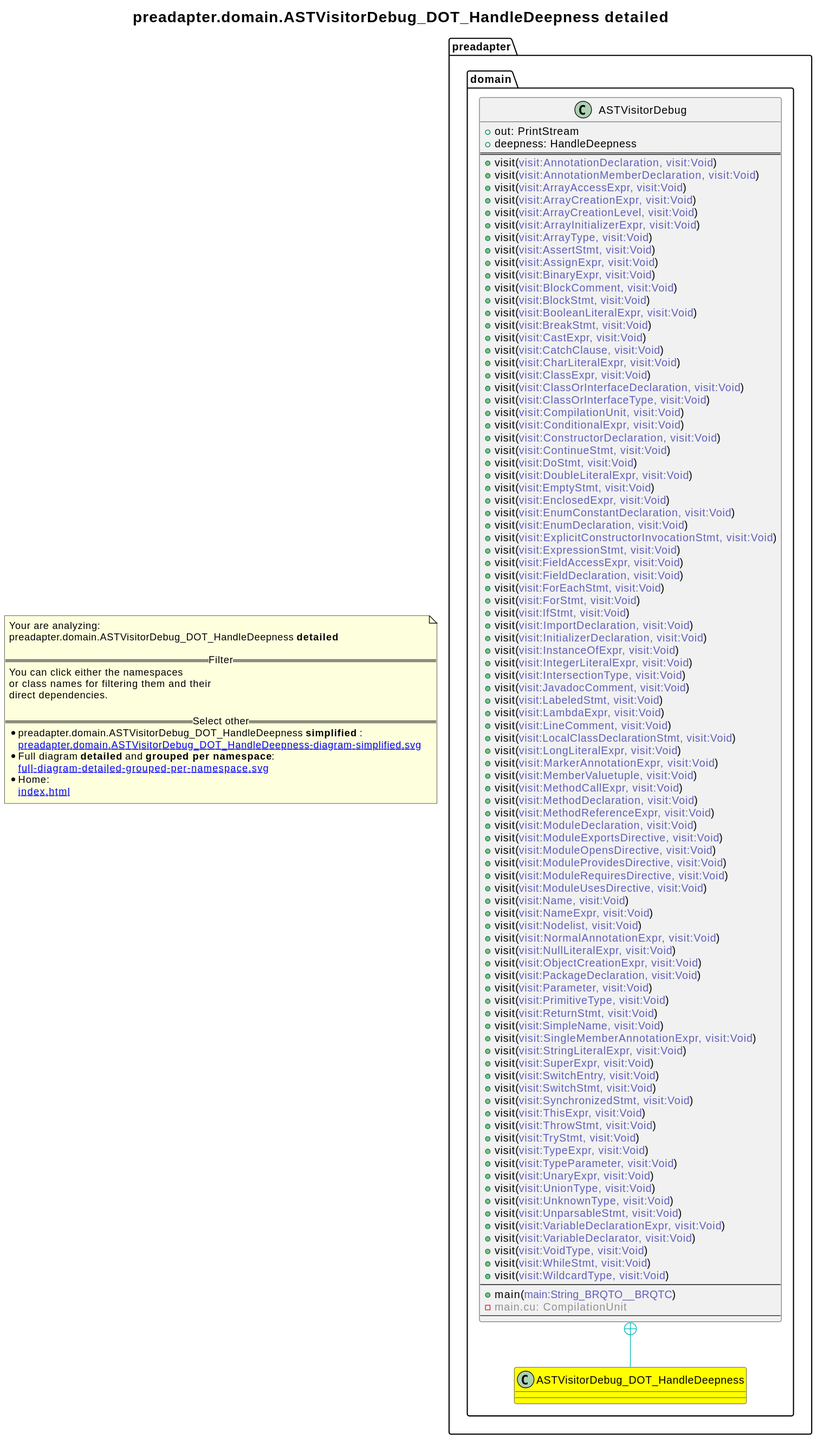
Before: revenger-java-adapter.out/preadapter.domain.ASTVisitorDebug_DOT_HandleDeepness-diagram-detailed.svg, a diagram exported from PlantUML (2BlackCoffees/revenger).
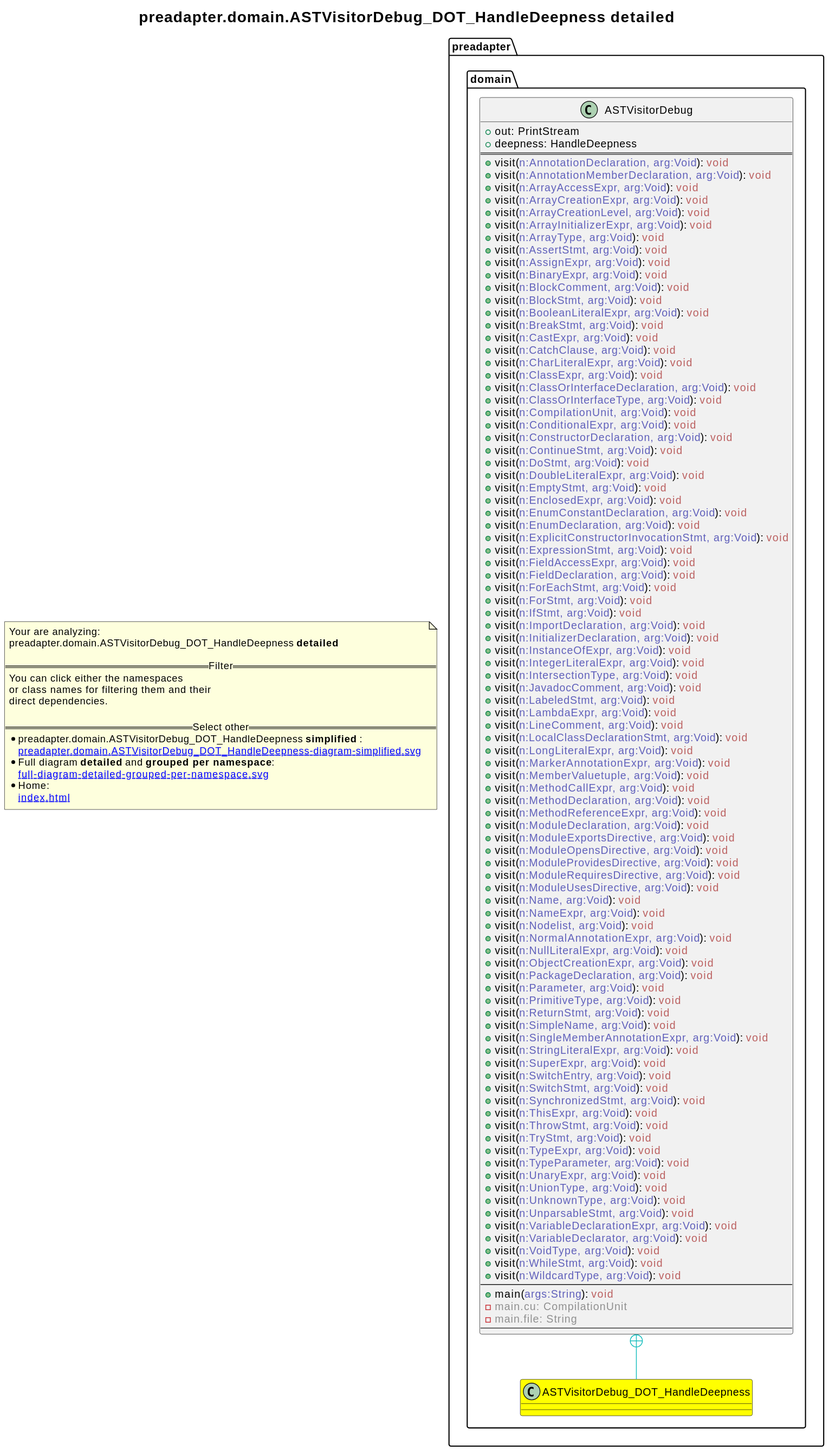
The same file after the commit.

The edit, as a diff of the source:
```diff
@@ -1,4 +1,5 @@
 @startuml
+skinparam linetype ortho
 title <size:20>preadapter.domain.ASTVisitorDebug_DOT_HandleDeepness **detailed** </size>
 note "Your are analyzing:\npreadapter.domain.ASTVisitorDebug_DOT_HandleDeepness **detailed** \n\n==Filter==\nYou can click either the namespaces \nor class names for filtering them and their\ndirect dependencies.\n\n==Select other==\n* preadapter.domain.ASTVisitorDebug_DOT_HandleDeepness **simplified** :\n   [[preadapter.domain.ASTVisitorDebug_DOT_HandleDeepness-diagram-simplified.svg]]\n* Full diagram **detailed** and **grouped per namespace**:\n   [[full-diagram-detailed-grouped-per-namespace.svg]]\n* Home:\n   [[index.html]]" as FloatingNote
   class preadapter.domain.ASTVisitorDebug_DOT_HandleDeepness [[preadapter.domain.ASTVisitorDebug_DOT_HandleDeepness-diagram-detailed.svg]] #yellow {
@@ -7,99 +8,100 @@
     + out: PrintStream
     + deepness: HandleDeepness
 ==
-    + visit(<font color="6060BB">visit:AnnotationDeclaration, visit:Void</font>)
-    + visit(<font color="6060BB">visit:AnnotationMemberDeclaration, visit:Void</font>)
-    + visit(<font color="6060BB">visit:ArrayAccessExpr, visit:Void</font>)
-    + visit(<font color="6060BB">visit:ArrayCreationExpr, visit:Void</font>)
-    + visit(<font color="6060BB">visit:ArrayCreationLevel, visit:Void</font>)
-    + visit(<font color="6060BB">visit:ArrayInitializerExpr, visit:Void</font>)
-    + visit(<font color="6060BB">visit:ArrayType, visit:Void</font>)
-    + visit(<font color="6060BB">visit:AssertStmt, visit:Void</font>)
-    + visit(<font color="6060BB">visit:AssignExpr, visit:Void</font>)
-    + visit(<font color="6060BB">visit:BinaryExpr, visit:Void</font>)
-    + visit(<font color="6060BB">visit:BlockComment, visit:Void</font>)
-    + visit(<font color="6060BB">visit:BlockStmt, visit:Void</font>)
-    + visit(<font color="6060BB">visit:BooleanLiteralExpr, visit:Void</font>)
-    + visit(<font color="6060BB">visit:BreakStmt, visit:Void</font>)
-    + visit(<font color="6060BB">visit:CastExpr, visit:Void</font>)
-    + visit(<font color="6060BB">visit:CatchClause, visit:Void</font>)
-    + visit(<font color="6060BB">visit:CharLiteralExpr, visit:Void</font>)
-    + visit(<font color="6060BB">visit:ClassExpr, visit:Void</font>)
-    + visit(<font color="6060BB">visit:ClassOrInterfaceDeclaration, visit:Void</font>)
-    + visit(<font color="6060BB">visit:ClassOrInterfaceType, visit:Void</font>)
-    + visit(<font color="6060BB">visit:CompilationUnit, visit:Void</font>)
-    + visit(<font color="6060BB">visit:ConditionalExpr, visit:Void</font>)
-    + visit(<font color="6060BB">visit:ConstructorDeclaration, visit:Void</font>)
-    + visit(<font color="6060BB">visit:ContinueStmt, visit:Void</font>)
-    + visit(<font color="6060BB">visit:DoStmt, visit:Void</font>)
-    + visit(<font color="6060BB">visit:DoubleLiteralExpr, visit:Void</font>)
-    + visit(<font color="6060BB">visit:EmptyStmt, visit:Void</font>)
-    + visit(<font color="6060BB">visit:EnclosedExpr, visit:Void</font>)
-    + visit(<font color="6060BB">visit:EnumConstantDeclaration, visit:Void</font>)
-    + visit(<font color="6060BB">visit:EnumDeclaration, visit:Void</font>)
-    + visit(<font color="6060BB">visit:ExplicitConstructorInvocationStmt, visit:Void</font>)
-    + visit(<font color="6060BB">visit:ExpressionStmt, visit:Void</font>)
-    + visit(<font color="6060BB">visit:FieldAccessExpr, visit:Void</font>)
-    + visit(<font color="6060BB">visit:FieldDeclaration, visit:Void</font>)
-    + visit(<font color="6060BB">visit:ForEachStmt, visit:Void</font>)
-    + visit(<font color="6060BB">visit:ForStmt, visit:Void</font>)
-    + visit(<font color="6060BB">visit:IfStmt, visit:Void</font>)
-    + visit(<font color="6060BB">visit:ImportDeclaration, visit:Void</font>)
-    + visit(<font color="6060BB">visit:InitializerDeclaration, visit:Void</font>)
-    + visit(<font color="6060BB">visit:InstanceOfExpr, visit:Void</font>)
-    + visit(<font color="6060BB">visit:IntegerLiteralExpr, visit:Void</font>)
-    + visit(<font color="6060BB">visit:IntersectionType, visit:Void</font>)
-    + visit(<font color="6060BB">visit:JavadocComment, visit:Void</font>)
-    + visit(<font color="6060BB">visit:LabeledStmt, visit:Void</font>)
-    + visit(<font color="6060BB">visit:LambdaExpr, visit:Void</font>)
-    + visit(<font color="6060BB">visit:LineComment, visit:Void</font>)
-    + visit(<font color="6060BB">visit:LocalClassDeclarationStmt, visit:Void</font>)
-    + visit(<font color="6060BB">visit:LongLiteralExpr, visit:Void</font>)
-    + visit(<font color="6060BB">visit:MarkerAnnotationExpr, visit:Void</font>)
-    + visit(<font color="6060BB">visit:MemberValuetuple, visit:Void</font>)
-    + visit(<font color="6060BB">visit:MethodCallExpr, visit:Void</font>)
-    + visit(<font color="6060BB">visit:MethodDeclaration, visit:Void</font>)
-    + visit(<font color="6060BB">visit:MethodReferenceExpr, visit:Void</font>)
-    + visit(<font color="6060BB">visit:ModuleDeclaration, visit:Void</font>)
-    + visit(<font color="6060BB">visit:ModuleExportsDirective, visit:Void</font>)
-    + visit(<font color="6060BB">visit:ModuleOpensDirective, visit:Void</font>)
-    + visit(<font color="6060BB">visit:ModuleProvidesDirective, visit:Void</font>)
-    + visit(<font color="6060BB">visit:ModuleRequiresDirective, visit:Void</font>)
-    + visit(<font color="6060BB">visit:ModuleUsesDirective, visit:Void</font>)
-    + visit(<font color="6060BB">visit:Name, visit:Void</font>)
-    + visit(<font color="6060BB">visit:NameExpr, visit:Void</font>)
-    + visit(<font color="6060BB">visit:Nodelist, visit:Void</font>)
-    + visit(<font color="6060BB">visit:NormalAnnotationExpr, visit:Void</font>)
-    + visit(<font color="6060BB">visit:NullLiteralExpr, visit:Void</font>)
-    + visit(<font color="6060BB">visit:ObjectCreationExpr, visit:Void</font>)
-    + visit(<font color="6060BB">visit:PackageDeclaration, visit:Void</font>)
-    + visit(<font color="6060BB">visit:Parameter, visit:Void</font>)
-    + visit(<font color="6060BB">visit:PrimitiveType, visit:Void</font>)
-    + visit(<font color="6060BB">visit:ReturnStmt, visit:Void</font>)
-    + visit(<font color="6060BB">visit:SimpleName, visit:Void</font>)
-    + visit(<font color="6060BB">visit:SingleMemberAnnotationExpr, visit:Void</font>)
-    + visit(<font color="6060BB">visit:StringLiteralExpr, visit:Void</font>)
-    + visit(<font color="6060BB">visit:SuperExpr, visit:Void</font>)
-    + visit(<font color="6060BB">visit:SwitchEntry, visit:Void</font>)
-    + visit(<font color="6060BB">visit:SwitchStmt, visit:Void</font>)
-    + visit(<font color="6060BB">visit:SynchronizedStmt, visit:Void</font>)
-    + visit(<font color="6060BB">visit:ThisExpr, visit:Void</font>)
-    + visit(<font color="6060BB">visit:ThrowStmt, visit:Void</font>)
-    + visit(<font color="6060BB">visit:TryStmt, visit:Void</font>)
-    + visit(<font color="6060BB">visit:TypeExpr, visit:Void</font>)
-    + visit(<font color="6060BB">visit:TypeParameter, visit:Void</font>)
-    + visit(<font color="6060BB">visit:UnaryExpr, visit:Void</font>)
-    + visit(<font color="6060BB">visit:UnionType, visit:Void</font>)
-    + visit(<font color="6060BB">visit:UnknownType, visit:Void</font>)
-    + visit(<font color="6060BB">visit:UnparsableStmt, visit:Void</font>)
-    + visit(<font color="6060BB">visit:VariableDeclarationExpr, visit:Void</font>)
-    + visit(<font color="6060BB">visit:VariableDeclarator, visit:Void</font>)
-    + visit(<font color="6060BB">visit:VoidType, visit:Void</font>)
-    + visit(<font color="6060BB">visit:WhileStmt, visit:Void</font>)
-    + visit(<font color="6060BB">visit:WildcardType, visit:Void</font>)
+    + visit(<font color="6060BB">n:AnnotationDeclaration, arg:Void</font>): <font color="BB6060">void</font>
+    + visit(<font color="6060BB">n:AnnotationMemberDeclaration, arg:Void</font>): <font color="BB6060">void</font>
+    + visit(<font color="6060BB">n:ArrayAccessExpr, arg:Void</font>): <font color="BB6060">void</font>
+    + visit(<font color="6060BB">n:ArrayCreationExpr, arg:Void</font>): <font color="BB6060">void</font>
+    + visit(<font color="6060BB">n:ArrayCreationLevel, arg:Void</font>): <font color="BB6060">void</font>
+    + visit(<font color="6060BB">n:ArrayInitializerExpr, arg:Void</font>): <font color="BB6060">void</font>
+    + visit(<font color="6060BB">n:ArrayType, arg:Void</font>): <font color="BB6060">void</font>
+    + visit(<font color="6060BB">n:AssertStmt, arg:Void</font>): <font color="BB6060">void</font>
+    + visit(<font color="6060BB">n:AssignExpr, arg:Void</font>): <font color="BB6060">void</font>
+    + visit(<font color="6060BB">n:BinaryExpr, arg:Void</font>): <font color="BB6060">void</font>
+    + visit(<font color="6060BB">n:BlockComment, arg:Void</font>): <font color="BB6060">void</font>
+    + visit(<font color="6060BB">n:BlockStmt, arg:Void</font>): <font color="BB6060">void</font>
+    + visit(<font color="6060BB">n:BooleanLiteralExpr, arg:Void</font>): <font color="BB6060">void</font>
+    + visit(<font color="6060BB">n:BreakStmt, arg:Void</font>): <font color="BB6060">void</font>
+    + visit(<font color="6060BB">n:CastExpr, arg:Void</font>): <font color="BB6060">void</font>
+    + visit(<font color="6060BB">n:CatchClause, arg:Void</font>): <font color="BB6060">void</font>
+    + visit(<font color="6060BB">n:CharLiteralExpr, arg:Void</font>): <font color="BB6060">void</font>
+    + visit(<font color="6060BB">n:ClassExpr, arg:Void</font>): <font color="BB6060">void</font>
+    + visit(<font color="6060BB">n:ClassOrInterfaceDeclaration, arg:Void</font>): <font color="BB6060">void</font>
+    + visit(<font color="6060BB">n:ClassOrInterfaceType, arg:Void</font>): <font color="BB6060">void</font>
+    + visit(<font color="6060BB">n:CompilationUnit, arg:Void</font>): <font color="BB6060">void</font>
+    + visit(<font color="6060BB">n:ConditionalExpr, arg:Void</font>): <font color="BB6060">void</font>
+    + visit(<font color="6060BB">n:ConstructorDeclaration, arg:Void</font>): <font color="BB6060">void</font>
+    + visit(<font color="6060BB">n:ContinueStmt, arg:Void</font>): <font color="BB6060">void</font>
+    + visit(<font color="6060BB">n:DoStmt, arg:Void</font>): <font color="BB6060">void</font>
+    + visit(<font color="6060BB">n:DoubleLiteralExpr, arg:Void</font>): <font color="BB6060">void</font>
+    + visit(<font color="6060BB">n:EmptyStmt, arg:Void</font>): <font color="BB6060">void</font>
+    + visit(<font color="6060BB">n:EnclosedExpr, arg:Void</font>): <font color="BB6060">void</font>
+    + visit(<font color="6060BB">n:EnumConstantDeclaration, arg:Void</font>): <font color="BB6060">void</font>
+    + visit(<font color="6060BB">n:EnumDeclaration, arg:Void</font>): <font color="BB6060">void</font>
+    + visit(<font color="6060BB">n:ExplicitConstructorInvocationStmt, arg:Void</font>): <font color="BB6060">void</font>
+    + visit(<font color="6060BB">n:ExpressionStmt, arg:Void</font>): <font color="BB6060">void</font>
+    + visit(<font color="6060BB">n:FieldAccessExpr, arg:Void</font>): <font color="BB6060">void</font>
+    + visit(<font color="6060BB">n:FieldDeclaration, arg:Void</font>): <font color="BB6060">void</font>
+    + visit(<font color="6060BB">n:ForEachStmt, arg:Void</font>): <font color="BB6060">void</font>
+    + visit(<font color="6060BB">n:ForStmt, arg:Void</font>): <font color="BB6060">void</font>
+    + visit(<font color="6060BB">n:IfStmt, arg:Void</font>): <font color="BB6060">void</font>
+    + visit(<font color="6060BB">n:ImportDeclaration, arg:Void</font>): <font color="BB6060">void</font>
+    + visit(<font color="6060BB">n:InitializerDeclaration, arg:Void</font>): <font color="BB6060">void</font>
+    + visit(<font color="6060BB">n:InstanceOfExpr, arg:Void</font>): <font color="BB6060">void</font>
+    + visit(<font color="6060BB">n:IntegerLiteralExpr, arg:Void</font>): <font color="BB6060">void</font>
+    + visit(<font color="6060BB">n:IntersectionType, arg:Void</font>): <font color="BB6060">void</font>
+    + visit(<font color="6060BB">n:JavadocComment, arg:Void</font>): <font color="BB6060">void</font>
+    + visit(<font color="6060BB">n:LabeledStmt, arg:Void</font>): <font color="BB6060">void</font>
+    + visit(<font color="6060BB">n:LambdaExpr, arg:Void</font>): <font color="BB6060">void</font>
+    + visit(<font color="6060BB">n:LineComment, arg:Void</font>): <font color="BB6060">void</font>
+    + visit(<font color="6060BB">n:LocalClassDeclarationStmt, arg:Void</font>): <font color="BB6060">void</font>
+    + visit(<font color="6060BB">n:LongLiteralExpr, arg:Void</font>): <font color="BB6060">void</font>
+    + visit(<font color="6060BB">n:MarkerAnnotationExpr, arg:Void</font>): <font color="BB6060">void</font>
+    + visit(<font color="6060BB">n:MemberValuetuple, arg:Void</font>): <font color="BB6060">void</font>
+    + visit(<font color="6060BB">n:MethodCallExpr, arg:Void</font>): <font color="BB6060">void</font>
+    + visit(<font color="6060BB">n:MethodDeclaration, arg:Void</font>): <font color="BB6060">void</font>
+    + visit(<font color="6060BB">n:MethodReferenceExpr, arg:Void</font>): <font color="BB6060">void</font>
+    + visit(<font color="6060BB">n:ModuleDeclaration, arg:Void</font>): <font color="BB6060">void</font>
+    + visit(<font color="6060BB">n:ModuleExportsDirective, arg:Void</font>): <font color="BB6060">void</font>
+    + visit(<font color="6060BB">n:ModuleOpensDirective, arg:Void</font>): <font color="BB6060">void</font>
+    + visit(<font color="6060BB">n:ModuleProvidesDirective, arg:Void</font>): <font color="BB6060">void</font>
+    + visit(<font color="6060BB">n:ModuleRequiresDirective, arg:Void</font>): <font color="BB6060">void</font>
+    + visit(<font color="6060BB">n:ModuleUsesDirective, arg:Void</font>): <font color="BB6060">void</font>
+    + visit(<font color="6060BB">n:Name, arg:Void</font>): <font color="BB6060">void</font>
+    + visit(<font color="6060BB">n:NameExpr, arg:Void</font>): <font color="BB6060">void</font>
+    + visit(<font color="6060BB">n:Nodelist, arg:Void</font>): <font color="BB6060">void</font>
+    + visit(<font color="6060BB">n:NormalAnnotationExpr, arg:Void</font>): <font color="BB6060">void</font>
+    + visit(<font color="6060BB">n:NullLiteralExpr, arg:Void</font>): <font color="BB6060">void</font>
+    + visit(<font color="6060BB">n:ObjectCreationExpr, arg:Void</font>): <font color="BB6060">void</font>
+    + visit(<font color="6060BB">n:PackageDeclaration, arg:Void</font>): <font color="BB6060">void</font>
+    + visit(<font color="6060BB">n:Parameter, arg:Void</font>): <font color="BB6060">void</font>
+    + visit(<font color="6060BB">n:PrimitiveType, arg:Void</font>): <font color="BB6060">void</font>
+    + visit(<font color="6060BB">n:ReturnStmt, arg:Void</font>): <font color="BB6060">void</font>
+    + visit(<font color="6060BB">n:SimpleName, arg:Void</font>): <font color="BB6060">void</font>
+    + visit(<font color="6060BB">n:SingleMemberAnnotationExpr, arg:Void</font>): <font color="BB6060">void</font>
+    + visit(<font color="6060BB">n:StringLiteralExpr, arg:Void</font>): <font color="BB6060">void</font>
+    + visit(<font color="6060BB">n:SuperExpr, arg:Void</font>): <font color="BB6060">void</font>
+    + visit(<font color="6060BB">n:SwitchEntry, arg:Void</font>): <font color="BB6060">void</font>
+    + visit(<font color="6060BB">n:SwitchStmt, arg:Void</font>): <font color="BB6060">void</font>
+    + visit(<font color="6060BB">n:SynchronizedStmt, arg:Void</font>): <font color="BB6060">void</font>
+    + visit(<font color="6060BB">n:ThisExpr, arg:Void</font>): <font color="BB6060">void</font>
+    + visit(<font color="6060BB">n:ThrowStmt, arg:Void</font>): <font color="BB6060">void</font>
+    + visit(<font color="6060BB">n:TryStmt, arg:Void</font>): <font color="BB6060">void</font>
+    + visit(<font color="6060BB">n:TypeExpr, arg:Void</font>): <font color="BB6060">void</font>
+    + visit(<font color="6060BB">n:TypeParameter, arg:Void</font>): <font color="BB6060">void</font>
+    + visit(<font color="6060BB">n:UnaryExpr, arg:Void</font>): <font color="BB6060">void</font>
+    + visit(<font color="6060BB">n:UnionType, arg:Void</font>): <font color="BB6060">void</font>
+    + visit(<font color="6060BB">n:UnknownType, arg:Void</font>): <font color="BB6060">void</font>
+    + visit(<font color="6060BB">n:UnparsableStmt, arg:Void</font>): <font color="BB6060">void</font>
+    + visit(<font color="6060BB">n:VariableDeclarationExpr, arg:Void</font>): <font color="BB6060">void</font>
+    + visit(<font color="6060BB">n:VariableDeclarator, arg:Void</font>): <font color="BB6060">void</font>
+    + visit(<font color="6060BB">n:VoidType, arg:Void</font>): <font color="BB6060">void</font>
+    + visit(<font color="6060BB">n:WhileStmt, arg:Void</font>): <font color="BB6060">void</font>
+    + visit(<font color="6060BB">n:WildcardType, arg:Void</font>): <font color="BB6060">void</font>
 --
-    + main(<font color="6060BB">main:String_BRQTO__BRQTC</font>)
+    + main(<font color="6060BB">args:String</font>): <font color="BB6060">void</font>
     - <font color="909090">main.cu: CompilationUnit</font>
+    - <font color="909090">main.file: String</font>
 --
   }
 preadapter.domain.ASTVisitorDebug +-[#10BBBB]- preadapter.domain.ASTVisitorDebug_DOT_HandleDeepness
```
